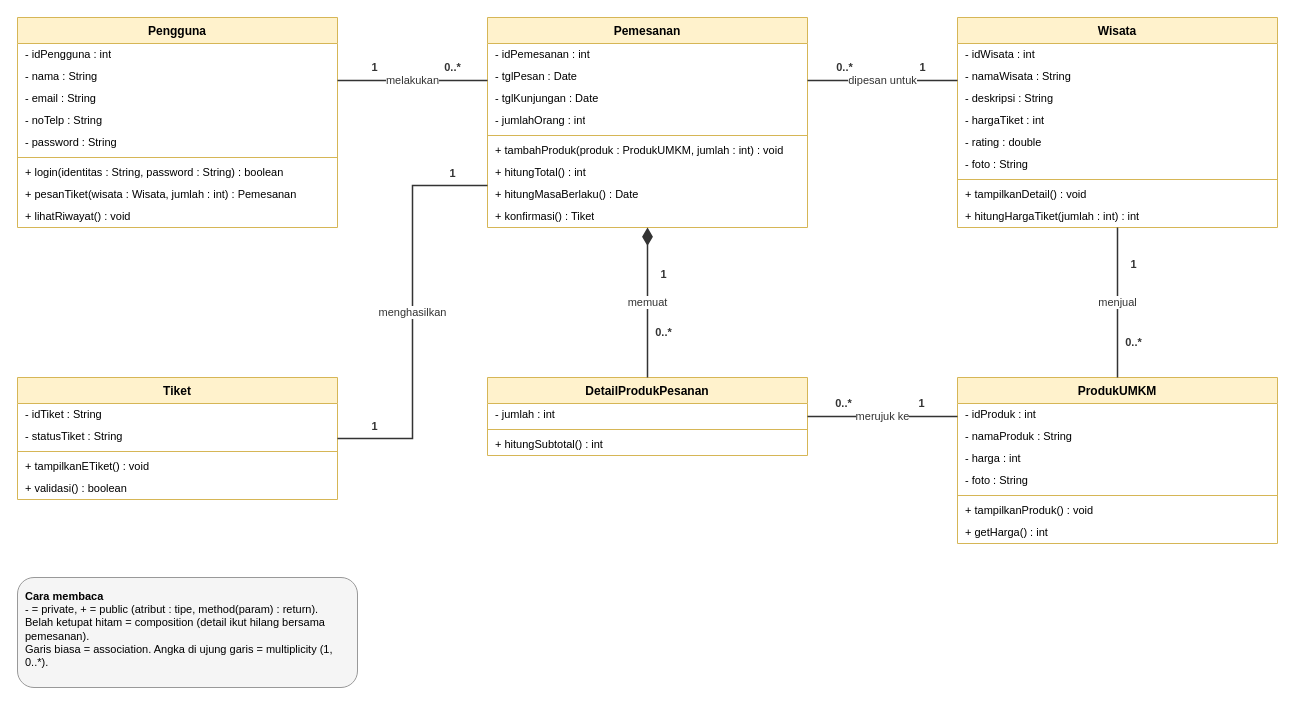
This is Docs/uml/ClassDiagram_WAKALOKA (1).drawio from rashazein11/Project-BasisData-A-Kelompok-wakaloka, a draw.io file, before an edit. Source tidied: cells renumbered, new cells numbered last; positions are measured from the earlier drawing's top-left corner, leaving out a move shared by most shapes. Both pictures are drawn from the tidied source at 100%, with x=0, y=0 at pixel (17, 17).
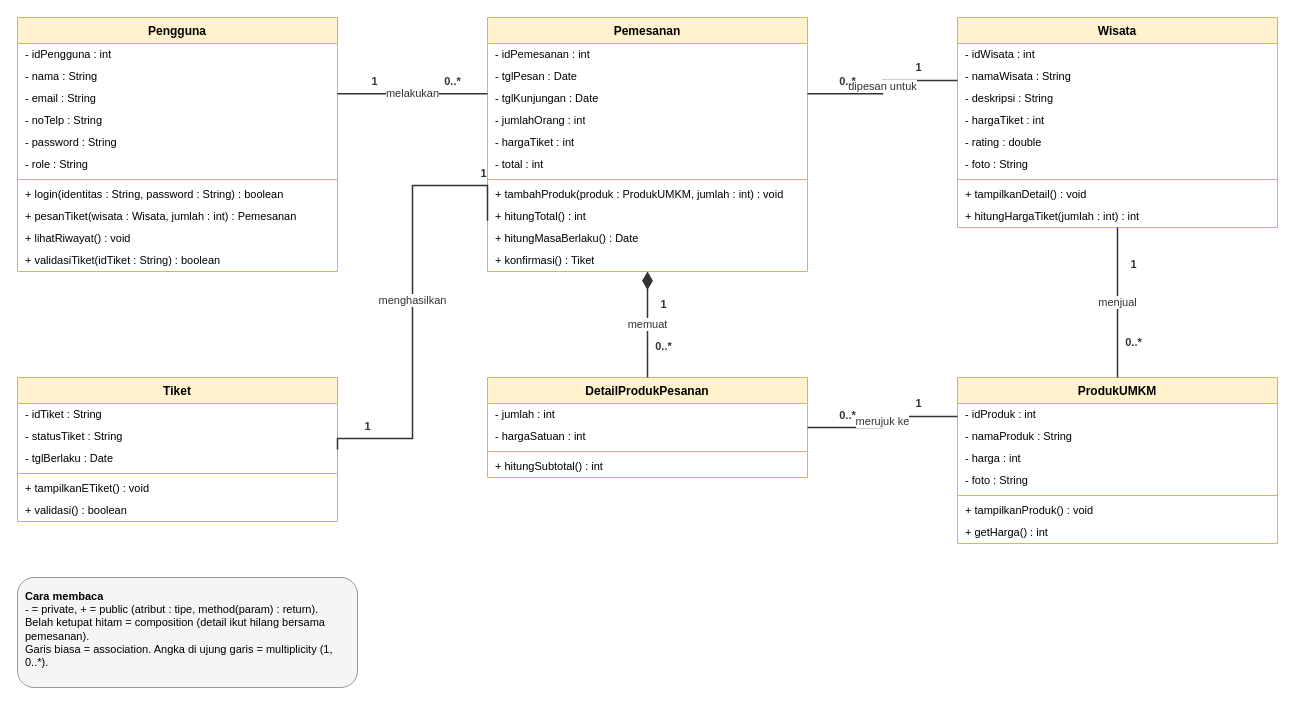
Above is the later version.

The edit, as a diff of the source:
```diff
@@
     <mxCell id="2" value="Pengguna" style="swimlane;fontStyle=1;align=center;verticalAlign=top;horizontal=1;startSize=26;fillColor=#fff2cc;strokeColor=#d6b656;swimlaneFillColor=#ffffff;" parent="1" vertex="1">
-      <mxGeometry width="320" height="210" as="geometry" />
+      <mxGeometry width="320" height="254" as="geometry" />
     </mxCell>
@@
+    <mxCell id="69" value="- role : String" style="text;strokeColor=none;fillColor=none;align=left;verticalAlign=middle;spacingLeft=6;spacingRight=4;overflow=hidden;fontSize=11;whiteSpace=nowrap;html=1;" parent="2" vertex="1">
+      <mxGeometry y="136" width="320" height="22" as="geometry" />
+    </mxCell>
     <mxCell id="8" style="line;strokeWidth=1;fillColor=none;align=left;verticalAlign=middle;spacingTop=-1;spacingLeft=3;spacingRight=3;labelPosition=right;strokeColor=inherit;" parent="2" vertex="1">
-      <mxGeometry y="136" width="320" height="8" as="geometry" />
+      <mxGeometry y="158" width="320" height="8" as="geometry" />
     </mxCell>
     <mxCell id="9" value="+ login(identitas : String, password : String) : boolean" style="text;strokeColor=none;fillColor=none;align=left;verticalAlign=middle;spacingLeft=6;spacingRight=4;overflow=hidden;fontSize=11;whiteSpace=nowrap;html=1;" parent="2" vertex="1">
-      <mxGeometry y="144" width="320" height="22" as="geometry" />
+      <mxGeometry y="166" width="320" height="22" as="geometry" />
     </mxCell>
     <mxCell id="10" value="+ pesanTiket(wisata : Wisata, jumlah : int) : Pemesanan" style="text;strokeColor=none;fillColor=none;align=left;verticalAlign=middle;spacingLeft=6;spacingRight=4;overflow=hidden;fontSize=11;whiteSpace=nowrap;html=1;" parent="2" vertex="1">
-      <mxGeometry y="166" width="320" height="22" as="geometry" />
+      <mxGeometry y="188" width="320" height="22" as="geometry" />
     </mxCell>
     <mxCell id="11" value="+ lihatRiwayat() : void" style="text;strokeColor=none;fillColor=none;align=left;verticalAlign=middle;spacingLeft=6;spacingRight=4;overflow=hidden;fontSize=11;whiteSpace=nowrap;html=1;" parent="2" vertex="1">
-      <mxGeometry y="188" width="320" height="22" as="geometry" />
+      <mxGeometry y="210" width="320" height="22" as="geometry" />
     </mxCell>
+    <mxCell id="70" value="+ validasiTiket(idTiket : String) : boolean" style="text;strokeColor=none;fillColor=none;align=left;verticalAlign=middle;spacingLeft=6;spacingRight=4;overflow=hidden;fontSize=11;whiteSpace=nowrap;html=1;" parent="2" vertex="1">
+      <mxGeometry y="232" width="320" height="22" as="geometry" />
+    </mxCell>
     <mxCell id="12" value="Pemesanan" style="swimlane;fontStyle=1;align=center;verticalAlign=top;horizontal=1;startSize=26;fillColor=#fff2cc;strokeColor=#d6b656;swimlaneFillColor=#ffffff;" parent="1" vertex="1">
-      <mxGeometry x="470" width="320" height="210" as="geometry" />
+      <mxGeometry x="470" width="320" height="254" as="geometry" />
     </mxCell>
@@
+    <mxCell id="71" value="- hargaTiket : int" style="text;strokeColor=none;fillColor=none;align=left;verticalAlign=middle;spacingLeft=6;spacingRight=4;overflow=hidden;fontSize=11;whiteSpace=nowrap;html=1;" parent="12" vertex="1">
+      <mxGeometry y="114" width="320" height="22" as="geometry" />
+    </mxCell>
+    <mxCell id="72" value="- total : int" style="text;strokeColor=none;fillColor=none;align=left;verticalAlign=middle;spacingLeft=6;spacingRight=4;overflow=hidden;fontSize=11;whiteSpace=nowrap;html=1;" parent="12" vertex="1">
+      <mxGeometry y="136" width="320" height="22" as="geometry" />
+    </mxCell>
     <mxCell id="17" style="line;strokeWidth=1;fillColor=none;align=left;verticalAlign=middle;spacingTop=-1;spacingLeft=3;spacingRight=3;labelPosition=right;strokeColor=inherit;" parent="12" vertex="1">
-      <mxGeometry y="114" width="320" height="8" as="geometry" />
+      <mxGeometry y="158" width="320" height="8" as="geometry" />
     </mxCell>
     <mxCell id="18" value="+ tambahProduk(produk : ProdukUMKM, jumlah : int) : void" style="text;strokeColor=none;fillColor=none;align=left;verticalAlign=middle;spacingLeft=6;spacingRight=4;overflow=hidden;fontSize=11;whiteSpace=nowrap;html=1;" parent="12" vertex="1">
-      <mxGeometry y="122" width="320" height="22" as="geometry" />
+      <mxGeometry y="166" width="320" height="22" as="geometry" />
     </mxCell>
     <mxCell id="19" value="+ hitungTotal() : int" style="text;strokeColor=none;fillColor=none;align=left;verticalAlign=middle;spacingLeft=6;spacingRight=4;overflow=hidden;fontSize=11;whiteSpace=nowrap;html=1;" parent="12" vertex="1">
-      <mxGeometry y="144" width="320" height="22" as="geometry" />
+      <mxGeometry y="188" width="320" height="22" as="geometry" />
     </mxCell>
     <mxCell id="20" value="+ hitungMasaBerlaku() : Date" style="text;strokeColor=none;fillColor=none;align=left;verticalAlign=middle;spacingLeft=6;spacingRight=4;overflow=hidden;fontSize=11;whiteSpace=nowrap;html=1;" parent="12" vertex="1">
-      <mxGeometry y="166" width="320" height="22" as="geometry" />
+      <mxGeometry y="210" width="320" height="22" as="geometry" />
     </mxCell>
     <mxCell id="21" value="+ konfirmasi() : Tiket" style="text;strokeColor=none;fillColor=none;align=left;verticalAlign=middle;spacingLeft=6;spacingRight=4;overflow=hidden;fontSize=11;whiteSpace=nowrap;html=1;" parent="12" vertex="1">
-      <mxGeometry y="188" width="320" height="22" as="geometry" />
+      <mxGeometry y="232" width="320" height="22" as="geometry" />
     </mxCell>
@@
     <mxCell id="32" value="Tiket" style="swimlane;fontStyle=1;align=center;verticalAlign=top;horizontal=1;startSize=26;fillColor=#fff2cc;strokeColor=#d6b656;swimlaneFillColor=#ffffff;" parent="1" vertex="1">
-      <mxGeometry y="360" width="320" height="122" as="geometry" />
+      <mxGeometry y="360" width="320" height="144" as="geometry" />
     </mxCell>
@@
+    <mxCell id="73" value="- tglBerlaku : Date" style="text;strokeColor=none;fillColor=none;align=left;verticalAlign=middle;spacingLeft=6;spacingRight=4;overflow=hidden;fontSize=11;whiteSpace=nowrap;html=1;" parent="32" vertex="1">
+      <mxGeometry y="70" width="320" height="22" as="geometry" />
+    </mxCell>
     <mxCell id="35" style="line;strokeWidth=1;fillColor=none;align=left;verticalAlign=middle;spacingTop=-1;spacingLeft=3;spacingRight=3;labelPosition=right;strokeColor=inherit;" parent="32" vertex="1">
-      <mxGeometry y="70" width="320" height="8" as="geometry" />
+      <mxGeometry y="92" width="320" height="8" as="geometry" />
     </mxCell>
     <mxCell id="36" value="+ tampilkanETiket() : void" style="text;strokeColor=none;fillColor=none;align=left;verticalAlign=middle;spacingLeft=6;spacingRight=4;overflow=hidden;fontSize=11;whiteSpace=nowrap;html=1;" parent="32" vertex="1">
-      <mxGeometry y="78" width="320" height="22" as="geometry" />
+      <mxGeometry y="100" width="320" height="22" as="geometry" />
     </mxCell>
     <mxCell id="37" value="+ validasi() : boolean" style="text;strokeColor=none;fillColor=none;align=left;verticalAlign=middle;spacingLeft=6;spacingRight=4;overflow=hidden;fontSize=11;whiteSpace=nowrap;html=1;" parent="32" vertex="1">
-      <mxGeometry y="100" width="320" height="22" as="geometry" />
+      <mxGeometry y="122" width="320" height="22" as="geometry" />
     </mxCell>
     <mxCell id="38" value="DetailProdukPesanan" style="swimlane;fontStyle=1;align=center;verticalAlign=top;horizontal=1;startSize=26;fillColor=#fff2cc;strokeColor=#d6b656;swimlaneFillColor=#ffffff;" parent="1" vertex="1">
-      <mxGeometry x="470" y="360" width="320" height="78" as="geometry" />
+      <mxGeometry x="470" y="360" width="320" height="100" as="geometry" />
     </mxCell>
@@
+    <mxCell id="74" value="- hargaSatuan : int" style="text;strokeColor=none;fillColor=none;align=left;verticalAlign=middle;spacingLeft=6;spacingRight=4;overflow=hidden;fontSize=11;whiteSpace=nowrap;html=1;" parent="38" vertex="1">
+      <mxGeometry y="48" width="320" height="22" as="geometry" />
+    </mxCell>
     <mxCell id="40" style="line;strokeWidth=1;fillColor=none;align=left;verticalAlign=middle;spacingTop=-1;spacingLeft=3;spacingRight=3;labelPosition=right;strokeColor=inherit;" parent="38" vertex="1">
-      <mxGeometry y="48" width="320" height="8" as="geometry" />
+      <mxGeometry y="70" width="320" height="8" as="geometry" />
     </mxCell>
     <mxCell id="41" value="+ hitungSubtotal() : int" style="text;strokeColor=none;fillColor=none;align=left;verticalAlign=middle;spacingLeft=6;spacingRight=4;overflow=hidden;fontSize=11;whiteSpace=nowrap;html=1;" parent="38" vertex="1">
-      <mxGeometry y="56" width="320" height="22" as="geometry" />
+      <mxGeometry y="78" width="320" height="22" as="geometry" />
     </mxCell>
```
